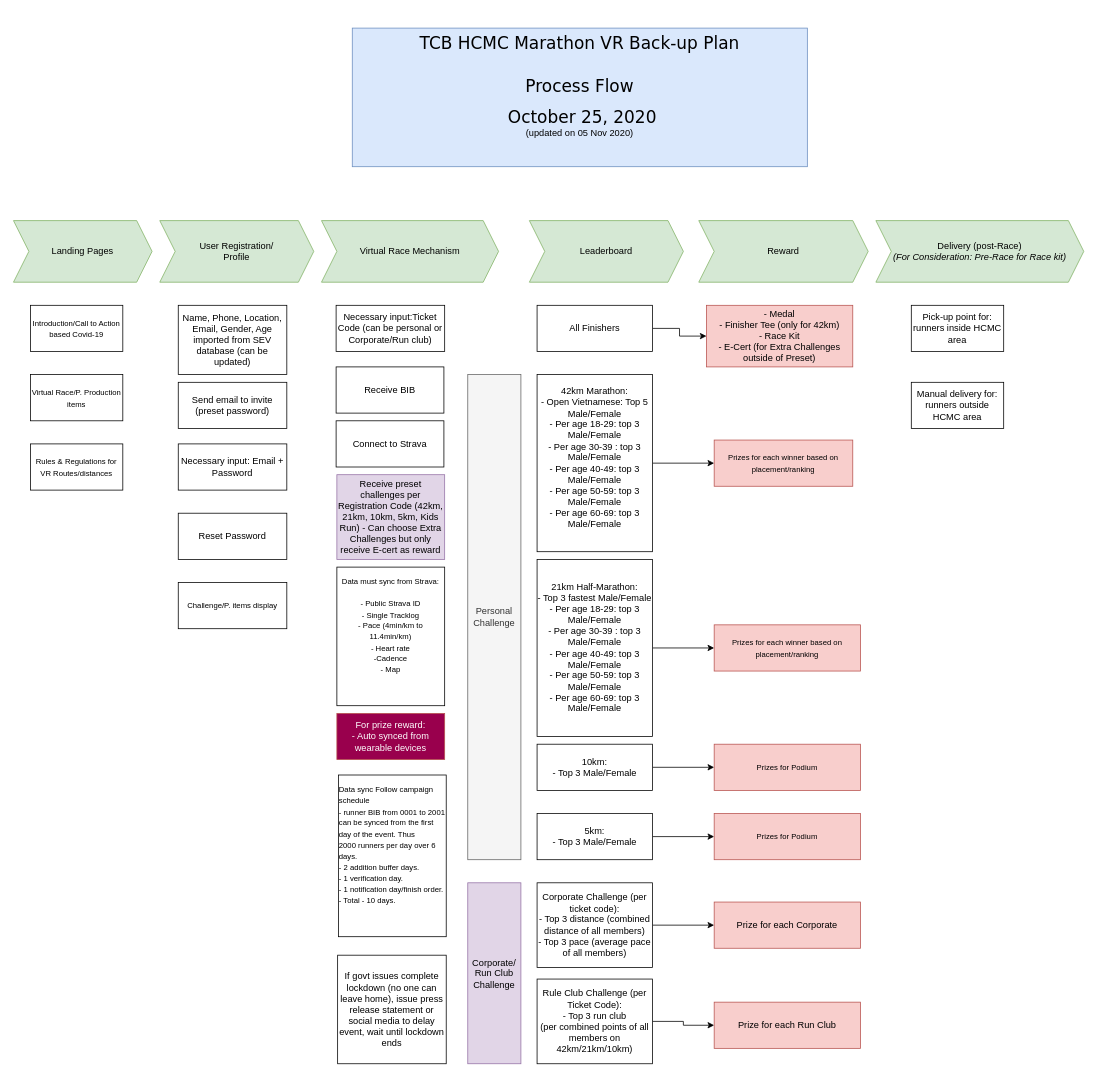
The draw.io diagram HCMC Marathon VR Back-up Plan.drawio in SmithLam/draw.io_diagrams, before the edit. Source tidied: cells renumbered, new cells numbered last; positions are measured from the earlier drawing's top-left corner, leaving out a move shared by most shapes. Both pictures are drawn from the tidied source at 77%, with x=0, y=0 at pixel (13, 28).
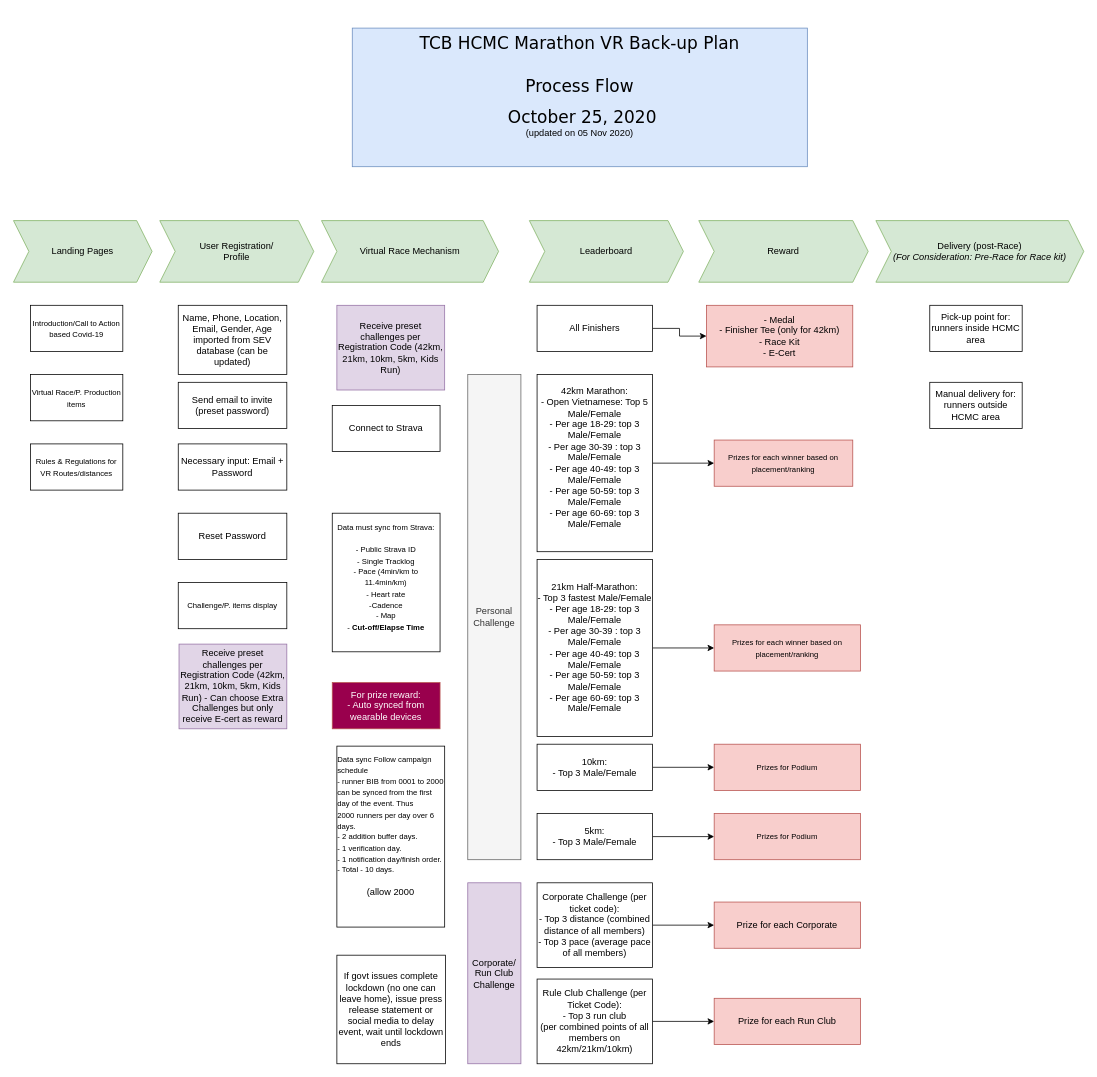
Above is the later version.

The edit, as a diff of the source:
```diff
@@
-    <mxCell id="10" value="Necessary input:Ticket Code (can be personal or Corporate/Run club)" style="whiteSpace=wrap;html=1;" parent="1" vertex="1">
-      <mxGeometry x="419" y="360" width="141" height="60" as="geometry" />
-    </mxCell>
@@
-    <mxCell id="12" value="Receive BIB" style="rounded=0;whiteSpace=wrap;html=1;" parent="1" vertex="1">
-      <mxGeometry x="419" y="440" width="140" height="60" as="geometry" />
-    </mxCell>
-    <mxCell id="13" value="&lt;div&gt;Receive preset challenges per Registration Code (42km, 21km, 10km, 5km, Kids Run) - Can choose Extra Challenges but only receive E-cert as reward&lt;br&gt;&lt;/div&gt;" style="rounded=0;whiteSpace=wrap;html=1;fillColor=#e1d5e7;strokeColor=#9673a6;" parent="1" vertex="1">
-      <mxGeometry x="420" y="580" width="140" height="110" as="geometry" />
+    <mxCell id="13" value="&lt;div&gt;Receive preset challenges per Registration Code (42km, 21km, 10km, 5km, Kids Run) &lt;br&gt;&lt;/div&gt;" style="rounded=0;whiteSpace=wrap;html=1;fillColor=#e1d5e7;strokeColor=#9673a6;" parent="1" vertex="1">
+      <mxGeometry x="420" y="360" width="140" height="110" as="geometry" />
     </mxCell>
-    <mxCell id="14" value="&lt;font style=&quot;font-size: 10px ; font-family: &amp;#34;helvetica&amp;#34; ; color: #000000 ; direction: ltr ; letter-spacing: 0px ; line-height: 120% ; opacity: 1&quot;&gt;Data must sync from Strava: &lt;br&gt;&lt;/font&gt;&lt;font style=&quot;font-size: 10px ; font-family: &amp;#34;helvetica&amp;#34; ; color: #000000 ; direction: ltr ; letter-spacing: 0px ; line-height: 120% ; opacity: 1&quot;&gt;&lt;br&gt;&lt;/font&gt;&lt;font style=&quot;font-size: 10px ; font-family: &amp;#34;helvetica&amp;#34; ; color: #000000 ; direction: ltr ; letter-spacing: 0px ; line-height: 120% ; opacity: 1&quot;&gt;- Public Strava ID&lt;/font&gt;&lt;font style=&quot;font-size: 10px ; font-family: &amp;#34;helvetica&amp;#34; ; color: #000000 ; direction: ltr ; letter-spacing: 0px ; line-height: 120% ; opacity: 1&quot;&gt;&lt;br&gt;&lt;/font&gt;&lt;font style=&quot;font-size: 10px ; font-family: &amp;#34;helvetica&amp;#34; ; color: #000000 ; direction: ltr ; letter-spacing: 0px ; line-height: 120% ; opacity: 1&quot;&gt;- Single Tracklog&lt;/font&gt;&lt;font style=&quot;font-size: 10px ; font-family: &amp;#34;helvetica&amp;#34; ; color: #000000 ; direction: ltr ; letter-spacing: 0px ; line-height: 120% ; opacity: 1&quot;&gt;&lt;br&gt;&lt;/font&gt;&lt;div&gt;&lt;font style=&quot;font-size: 10px ; font-family: &amp;#34;helvetica&amp;#34; ; color: #000000 ; direction: ltr ; letter-spacing: 0px ; line-height: 120% ; opacity: 1&quot;&gt;- Pace (4min/km to 11.4min/km)&lt;/font&gt;&lt;font style=&quot;font-size: 10px ; font-family: &amp;#34;helvetica&amp;#34; ; color: #000000 ; direction: ltr ; letter-spacing: 0px ; line-height: 120% ; opacity: 1&quot;&gt;&lt;br&gt;&lt;/font&gt;&lt;/div&gt;&lt;font style=&quot;font-size: 10px ; font-family: &amp;#34;helvetica&amp;#34; ; color: #000000 ; direction: ltr ; letter-spacing: 0px ; line-height: 120% ; opacity: 1&quot;&gt;- Heart rate&lt;/font&gt;&lt;font style=&quot;font-size: 10px ; font-family: &amp;#34;helvetica&amp;#34; ; color: #000000 ; direction: ltr ; letter-spacing: 0px ; line-height: 120% ; opacity: 1&quot;&gt;&lt;br&gt;&lt;/font&gt;&lt;font style=&quot;font-size: 10px ; font-family: &amp;#34;helvetica&amp;#34; ; color: #000000 ; direction: ltr ; letter-spacing: 0px ; line-height: 120% ; opacity: 1&quot;&gt;-Cadence&lt;/font&gt;&lt;font style=&quot;font-size: 10px ; font-family: &amp;#34;helvetica&amp;#34; ; color: #000000 ; direction: ltr ; letter-spacing: 0px ; line-height: 120% ; opacity: 1&quot;&gt;&lt;br&gt;&lt;/font&gt;&lt;font style=&quot;font-size: 10px ; font-family: &amp;#34;helvetica&amp;#34; ; color: #000000 ; direction: ltr ; letter-spacing: 0px ; line-height: 120% ; opacity: 1&quot;&gt;- Map&lt;br&gt;&lt;/font&gt;&lt;font style=&quot;font-size: 10px ; font-family: &amp;#34;helvetica&amp;#34; ; color: #000000 ; direction: ltr ; letter-spacing: 0px ; line-height: 120% ; opacity: 1&quot;&gt;&lt;br&gt;&lt;br&gt;&lt;/font&gt;" style="rounded=0;whiteSpace=wrap;html=1;" parent="1" vertex="1">
-      <mxGeometry x="420" y="700" width="140" height="180" as="geometry" />
+    <mxCell id="14" value="&lt;font style=&quot;font-size: 10px ; font-family: &amp;#34;helvetica&amp;#34; ; color: #000000 ; direction: ltr ; letter-spacing: 0px ; line-height: 120% ; opacity: 1&quot;&gt;Data must sync from Strava: &lt;br&gt;&lt;/font&gt;&lt;font style=&quot;font-size: 10px ; font-family: &amp;#34;helvetica&amp;#34; ; color: #000000 ; direction: ltr ; letter-spacing: 0px ; line-height: 120% ; opacity: 1&quot;&gt;&lt;br&gt;&lt;/font&gt;&lt;font style=&quot;font-size: 10px ; font-family: &amp;#34;helvetica&amp;#34; ; color: #000000 ; direction: ltr ; letter-spacing: 0px ; line-height: 120% ; opacity: 1&quot;&gt;- Public Strava ID&lt;/font&gt;&lt;font style=&quot;font-size: 10px ; font-family: &amp;#34;helvetica&amp;#34; ; color: #000000 ; direction: ltr ; letter-spacing: 0px ; line-height: 120% ; opacity: 1&quot;&gt;&lt;br&gt;&lt;/font&gt;&lt;font style=&quot;font-size: 10px ; font-family: &amp;#34;helvetica&amp;#34; ; color: #000000 ; direction: ltr ; letter-spacing: 0px ; line-height: 120% ; opacity: 1&quot;&gt;- Single Tracklog&lt;/font&gt;&lt;font style=&quot;font-size: 10px ; font-family: &amp;#34;helvetica&amp;#34; ; color: #000000 ; direction: ltr ; letter-spacing: 0px ; line-height: 120% ; opacity: 1&quot;&gt;&lt;br&gt;&lt;/font&gt;&lt;div&gt;&lt;font style=&quot;font-size: 10px ; font-family: &amp;#34;helvetica&amp;#34; ; color: #000000 ; direction: ltr ; letter-spacing: 0px ; line-height: 120% ; opacity: 1&quot;&gt;- Pace (4min/km to 11.4min/km)&lt;/font&gt;&lt;font style=&quot;font-size: 10px ; font-family: &amp;#34;helvetica&amp;#34; ; color: #000000 ; direction: ltr ; letter-spacing: 0px ; line-height: 120% ; opacity: 1&quot;&gt;&lt;br&gt;&lt;/font&gt;&lt;/div&gt;&lt;font style=&quot;font-size: 10px ; font-family: &amp;#34;helvetica&amp;#34; ; color: #000000 ; direction: ltr ; letter-spacing: 0px ; line-height: 120% ; opacity: 1&quot;&gt;- Heart rate&lt;/font&gt;&lt;font style=&quot;font-size: 10px ; font-family: &amp;#34;helvetica&amp;#34; ; color: #000000 ; direction: ltr ; letter-spacing: 0px ; line-height: 120% ; opacity: 1&quot;&gt;&lt;br&gt;&lt;/font&gt;&lt;font style=&quot;font-size: 10px ; font-family: &amp;#34;helvetica&amp;#34; ; color: #000000 ; direction: ltr ; letter-spacing: 0px ; line-height: 120% ; opacity: 1&quot;&gt;-Cadence&lt;/font&gt;&lt;font style=&quot;font-size: 10px ; font-family: &amp;#34;helvetica&amp;#34; ; color: #000000 ; direction: ltr ; letter-spacing: 0px ; line-height: 120% ; opacity: 1&quot;&gt;&lt;br&gt;&lt;/font&gt;&lt;font style=&quot;font-size: 10px ; font-family: &amp;#34;helvetica&amp;#34; ; color: #000000 ; direction: ltr ; letter-spacing: 0px ; line-height: 120% ; opacity: 1&quot;&gt;- Map&lt;br&gt;&lt;/font&gt;&lt;font style=&quot;font-size: 10px ; font-family: &amp;#34;helvetica&amp;#34; ; color: #000000 ; direction: ltr ; letter-spacing: 0px ; line-height: 120% ; opacity: 1&quot;&gt;- &lt;b&gt;Cut-off/Elapse Time&lt;/b&gt;&lt;br&gt;&lt;br&gt;&lt;/font&gt;" style="rounded=0;whiteSpace=wrap;html=1;" parent="1" vertex="1">
+      <mxGeometry x="414" y="630" width="140" height="180" as="geometry" />
     </mxCell>
     <mxCell id="15" value="&lt;div&gt;For prize reward:&lt;/div&gt;&lt;div&gt;- Auto synced from wearable devices&lt;br&gt;&lt;/div&gt;" style="rounded=0;whiteSpace=wrap;html=1;strokeColor=#b85450;fillColor=#99004D;fontColor=#FFFFFF;" parent="1" vertex="1">
-      <mxGeometry x="420" y="890" width="140" height="60" as="geometry" />
+      <mxGeometry x="414" y="850" width="140" height="60" as="geometry" />
     </mxCell>
@@
     <mxCell id="17" value="Connect to Strava" style="rounded=0;whiteSpace=wrap;html=1;" parent="1" vertex="1">
-      <mxGeometry x="419" y="510" width="140" height="60" as="geometry" />
+      <mxGeometry x="414" y="490" width="140" height="60" as="geometry" />
     </mxCell>
@@
-    <mxCell id="26" value="&lt;div align=&quot;left&quot;&gt;&lt;font style=&quot;font-size: 10px ; font-family: &amp;#34;helvetica&amp;#34; ; color: #000000 ; direction: ltr ; letter-spacing: 0px ; line-height: 120% ; opacity: 1&quot;&gt;Data sync Follow campaign schedule&amp;nbsp;&lt;/font&gt;&lt;/div&gt;&lt;div align=&quot;left&quot;&gt;&lt;font style=&quot;font-size: 10px ; font-family: &amp;#34;helvetica&amp;#34; ; color: #000000 ; direction: ltr ; letter-spacing: 0px ; line-height: 120% ; opacity: 1&quot;&gt;- runner&lt;/font&gt;&lt;font style=&quot;font-size: 10px ; font-family: &amp;#34;helvetica&amp;#34; ; color: #000000 ; direction: ltr ; letter-spacing: 0px ; line-height: 120% ; opacity: 1&quot;&gt; BIB from 0001 to 2001 can be synced from the first day of the event. Thus &lt;/font&gt;&lt;br&gt;&lt;font style=&quot;font-size: 10px ; font-family: &amp;#34;helvetica&amp;#34; ; color: #000000 ; direction: ltr ; letter-spacing: 0px ; line-height: 120% ; opacity: 1&quot;&gt;2000 runners per day over 6 days. &lt;br&gt;&lt;/font&gt;&lt;/div&gt;&lt;div align=&quot;left&quot;&gt;&lt;font style=&quot;font-size: 10px ; font-family: &amp;#34;helvetica&amp;#34; ; color: #000000 ; direction: ltr ; letter-spacing: 0px ; line-height: 120% ; opacity: 1&quot;&gt;- 2 addition buffer days.&lt;/font&gt;&lt;/div&gt;&lt;div align=&quot;left&quot;&gt;&lt;font style=&quot;font-size: 10px ; font-family: &amp;#34;helvetica&amp;#34; ; color: #000000 ; direction: ltr ; letter-spacing: 0px ; line-height: 120% ; opacity: 1&quot;&gt;- 1 verification day. &lt;br&gt;&lt;/font&gt;&lt;/div&gt;&lt;div align=&quot;left&quot;&gt;&lt;font style=&quot;font-size: 10px ; font-family: &amp;#34;helvetica&amp;#34; ; color: #000000 ; direction: ltr ; letter-spacing: 0px ; line-height: 120% ; opacity: 1&quot;&gt;- 1 &lt;/font&gt;&lt;font style=&quot;font-size: 10px ; font-family: &amp;#34;helvetica&amp;#34; ; color: #000000 ; direction: ltr ; letter-spacing: 0px ; line-height: 120% ; opacity: 1&quot;&gt;notification day/finish order. &lt;br&gt;&lt;/font&gt;&lt;/div&gt;&lt;div align=&quot;left&quot;&gt;&lt;font style=&quot;font-size: 10px ; font-family: &amp;#34;helvetica&amp;#34; ; color: #000000 ; direction: ltr ; letter-spacing: 0px ; line-height: 120% ; opacity: 1&quot;&gt;- Total - 10 days.&lt;/font&gt;&lt;br&gt;&lt;/div&gt;&lt;font style=&quot;font-size: 10px ; font-family: &amp;#34;helvetica&amp;#34; ; color: #000000 ; direction: ltr ; letter-spacing: 0px ; line-height: 120% ; opacity: 1&quot;&gt;&lt;br&gt;&lt;br&gt;&lt;/font&gt;" style="rounded=0;whiteSpace=wrap;html=1;" parent="1" vertex="1">
-      <mxGeometry x="422" y="970" width="140" height="210" as="geometry" />
+    <mxCell id="26" value="&lt;div align=&quot;left&quot;&gt;&lt;font style=&quot;font-size: 10px ; font-family: &amp;#34;helvetica&amp;#34; ; color: #000000 ; direction: ltr ; letter-spacing: 0px ; line-height: 120% ; opacity: 1&quot;&gt;Data sync Follow campaign schedule&amp;nbsp;&lt;/font&gt;&lt;/div&gt;&lt;div align=&quot;left&quot;&gt;&lt;font style=&quot;font-size: 10px ; font-family: &amp;#34;helvetica&amp;#34; ; color: #000000 ; direction: ltr ; letter-spacing: 0px ; line-height: 120% ; opacity: 1&quot;&gt;- runner&lt;/font&gt;&lt;font style=&quot;font-size: 10px ; font-family: &amp;#34;helvetica&amp;#34; ; color: #000000 ; direction: ltr ; letter-spacing: 0px ; line-height: 120% ; opacity: 1&quot;&gt; BIB from 0001 to 2000 can be synced from the first day of the event. Thus &lt;/font&gt;&lt;br&gt;&lt;font style=&quot;font-size: 10px ; font-family: &amp;#34;helvetica&amp;#34; ; color: #000000 ; direction: ltr ; letter-spacing: 0px ; line-height: 120% ; opacity: 1&quot;&gt;2000 runners per day over 6 days. &lt;br&gt;&lt;/font&gt;&lt;/div&gt;&lt;div align=&quot;left&quot;&gt;&lt;font style=&quot;font-size: 10px ; font-family: &amp;#34;helvetica&amp;#34; ; color: #000000 ; direction: ltr ; letter-spacing: 0px ; line-height: 120% ; opacity: 1&quot;&gt;- 2 addition buffer days.&lt;/font&gt;&lt;/div&gt;&lt;div align=&quot;left&quot;&gt;&lt;font style=&quot;font-size: 10px ; font-family: &amp;#34;helvetica&amp;#34; ; color: #000000 ; direction: ltr ; letter-spacing: 0px ; line-height: 120% ; opacity: 1&quot;&gt;- 1 verification day. &lt;br&gt;&lt;/font&gt;&lt;/div&gt;&lt;div align=&quot;left&quot;&gt;&lt;font style=&quot;font-size: 10px ; font-family: &amp;#34;helvetica&amp;#34; ; color: #000000 ; direction: ltr ; letter-spacing: 0px ; line-height: 120% ; opacity: 1&quot;&gt;- 1 &lt;/font&gt;&lt;font style=&quot;font-size: 10px ; font-family: &amp;#34;helvetica&amp;#34; ; color: #000000 ; direction: ltr ; letter-spacing: 0px ; line-height: 120% ; opacity: 1&quot;&gt;notification day/finish order. &lt;br&gt;&lt;/font&gt;&lt;/div&gt;&lt;div align=&quot;left&quot;&gt;&lt;font style=&quot;font-size: 10px ; font-family: &amp;#34;helvetica&amp;#34; ; color: #000000 ; direction: ltr ; letter-spacing: 0px ; line-height: 120% ; opacity: 1&quot;&gt;- Total - 10 days.&lt;/font&gt;&lt;br&gt;&lt;/div&gt;&lt;div&gt;&lt;br&gt;&lt;/div&gt;&lt;div&gt;(allow 2000 &lt;br&gt;&lt;/div&gt;&lt;div&gt;&lt;br&gt;&lt;/div&gt;&lt;div&gt;&lt;br&gt;&lt;/div&gt;&lt;font style=&quot;font-size: 10px ; font-family: &amp;#34;helvetica&amp;#34; ; color: #000000 ; direction: ltr ; letter-spacing: 0px ; line-height: 120% ; opacity: 1&quot;&gt;&lt;/font&gt;" style="rounded=0;whiteSpace=wrap;html=1;" parent="1" vertex="1">
+      <mxGeometry x="420" y="932.5" width="140" height="235" as="geometry" />
     </mxCell>
@@
-    <mxCell id="35" value="&lt;div&gt;- Medal&lt;/div&gt;&lt;div&gt;- Finisher Tee (only for 42km)&lt;br&gt;&lt;/div&gt;&lt;div&gt;- Race Kit&lt;/div&gt;&lt;div&gt;- E-Cert (for Extra Challenges outside of Preset)&lt;br&gt;&lt;/div&gt;" style="whiteSpace=wrap;html=1;rounded=0;fillColor=#f8cecc;strokeColor=#b85450;" parent="1" vertex="1">
+    <mxCell id="35" value="&lt;div&gt;- Medal&lt;/div&gt;&lt;div&gt;- Finisher Tee (only for 42km)&lt;br&gt;&lt;/div&gt;&lt;div&gt;- Race Kit&lt;/div&gt;&lt;div&gt;- E-Cert &lt;br&gt;&lt;/div&gt;" style="whiteSpace=wrap;html=1;rounded=0;fillColor=#f8cecc;strokeColor=#b85450;" parent="1" vertex="1">
       <mxGeometry x="900" y="360" width="190" height="80" as="geometry" />
     </mxCell>
@@
     <mxCell id="41" value="Prize for each Run Club" style="whiteSpace=wrap;html=1;rounded=0;fillColor=#f8cecc;strokeColor=#b85450;" parent="1" vertex="1">
-      <mxGeometry x="910" y="1265" width="190" height="60" as="geometry" />
+      <mxGeometry x="910" y="1260" width="190" height="60" as="geometry" />
     </mxCell>
@@
     <mxCell id="43" value="Pick-up point for: runners inside HCMC area" style="rounded=0;whiteSpace=wrap;html=1;" parent="1" vertex="1">
-      <mxGeometry x="1166" y="360" width="120" height="60" as="geometry" />
+      <mxGeometry x="1190" y="360" width="120" height="60" as="geometry" />
     </mxCell>
     <mxCell id="44" value="Manual delivery for: runners outside HCMC area" style="rounded=0;whiteSpace=wrap;html=1;" parent="1" vertex="1">
-      <mxGeometry x="1166" y="460" width="120" height="60" as="geometry" />
+      <mxGeometry x="1190" y="460" width="120" height="60" as="geometry" />
     </mxCell>
@@
     <mxCell id="47" value="If govt issues complete lockdown (no one can leave home), issue press release statement or social media to delay event, wait until lockdown ends" style="whiteSpace=wrap;html=1;" parent="1" vertex="1">
-      <mxGeometry x="421" y="1204" width="141" height="141" as="geometry" />
+      <mxGeometry x="420" y="1204" width="141" height="141" as="geometry" />
     </mxCell>
@@
+    <mxCell id="50" value="&lt;div&gt;Receive preset challenges per Registration Code (42km, 21km, 10km, 5km, Kids Run) - Can choose Extra Challenges but only receive E-cert as reward&lt;br&gt;&lt;/div&gt;" style="rounded=0;whiteSpace=wrap;html=1;fillColor=#e1d5e7;strokeColor=#9673a6;" parent="1" vertex="1">
+      <mxGeometry x="215" y="800" width="140" height="110" as="geometry" />
+    </mxCell>
```
